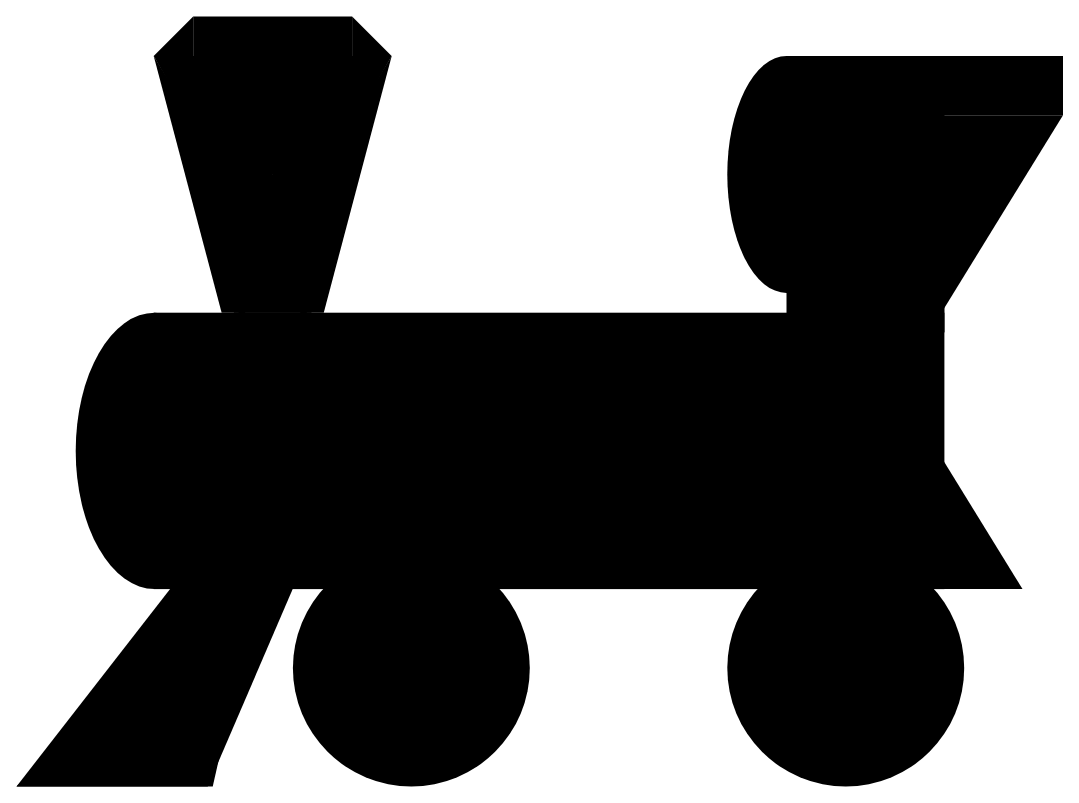
This is page "Train" (2 of 2) of dev/graphics/board.drawio from dsmith1581/SDEV265-Team-Project, a draw.io file, before an edit. Source tidied: cells renumbered, new cells numbered last; positions are measured from the earlier drawing's top-left corner, leaving out a move shared by most shapes. Both pictures are drawn from the tidied source at 100%, with x=0, y=0 at pixel (16, 16).
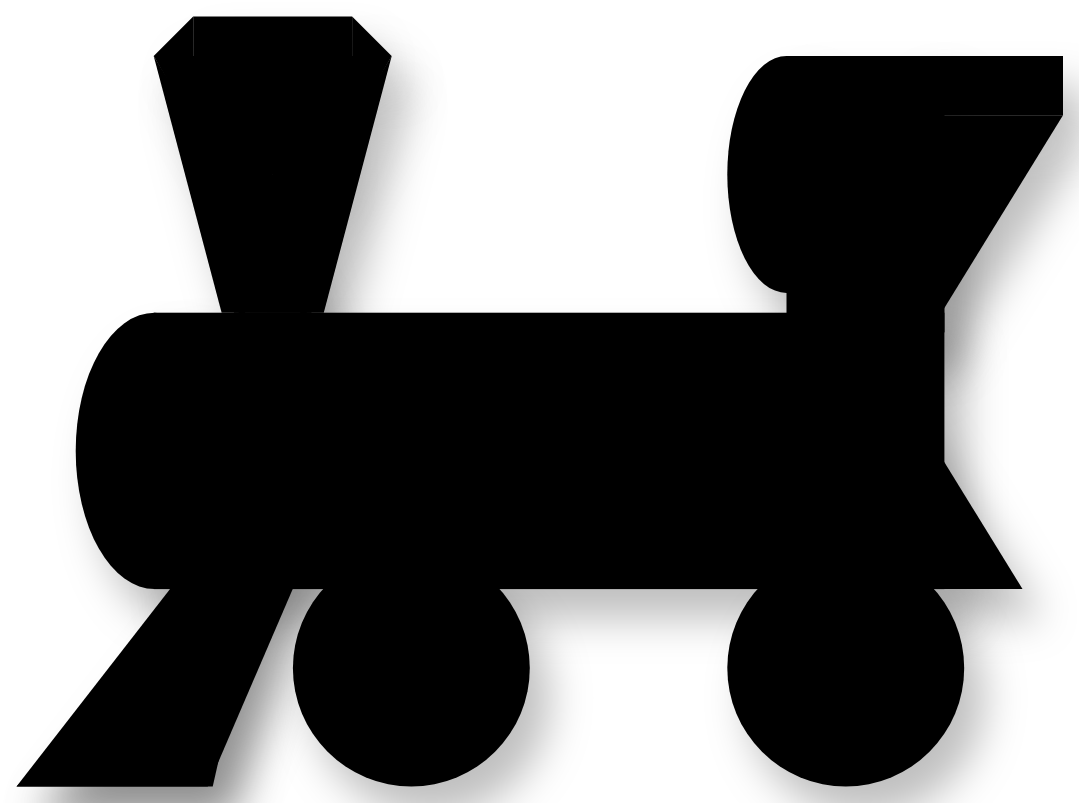
After the change.

Change to the diagram source:
```diff
@@
-    <mxCell id="2" style="ellipse;whiteSpace=wrap;html=1;strokeColor=none;fillColor=#000000;perimeterSpacing=1;textShadow=0;" parent="1" vertex="1">
+    <mxCell id="2" style="ellipse;whiteSpace=wrap;html=1;strokeColor=none;fillColor=#000000;perimeterSpacing=1;textShadow=0;shadow=1;shadowBlur=20;shadowOpacity=25;shadowOffsetX=20;shadowOffsetY=30;" parent="1" vertex="1">
       <mxGeometry x="276.4" y="533.1" width="236.9" height="236.9" as="geometry" />
     </mxCell>
-    <mxCell id="3" style="ellipse;whiteSpace=wrap;html=1;strokeColor=none;fillColor=#000000;perimeterSpacing=1;textShadow=0;" parent="1" vertex="1">
+    <mxCell id="3" style="ellipse;whiteSpace=wrap;html=1;strokeColor=none;fillColor=#000000;perimeterSpacing=1;textShadow=0;shadow=1;shadowBlur=20;shadowOpacity=25;shadowOffsetX=20;shadowOffsetY=30;" parent="1" vertex="1">
       <mxGeometry x="710.8" y="533.1" width="236.9" height="236.9" as="geometry" />
     </mxCell>
-    <mxCell id="4" style="rounded=0;whiteSpace=wrap;html=1;fillColor=#000000;strokeColor=none;perimeterSpacing=1;textShadow=0;" parent="1" vertex="1">
+    <mxCell id="4" style="rounded=0;whiteSpace=wrap;html=1;fillColor=#000000;strokeColor=none;perimeterSpacing=1;textShadow=0;shadow=1;shadowBlur=20;shadowOpacity=25;shadowOffsetX=20;shadowOffsetY=30;" parent="1" vertex="1">
       <mxGeometry x="137.2" y="296.2" width="790.7" height="276.4" as="geometry" />
     </mxCell>
-    <mxCell id="5" style="verticalLabelPosition=bottom;verticalAlign=top;html=1;shape=mxgraph.basic.obtuse_triangle;dx=0.29;fillColor=#000000;strokeColor=none;flipH=1;perimeterSpacing=1;textShadow=0;" parent="1" vertex="1">
+    <mxCell id="5" style="verticalLabelPosition=bottom;verticalAlign=top;html=1;shape=mxgraph.basic.obtuse_triangle;dx=0.29;fillColor=#000000;strokeColor=none;flipH=1;perimeterSpacing=1;textShadow=0;shadow=1;shadowBlur=20;shadowOpacity=25;shadowOffsetX=20;shadowOffsetY=30;" parent="1" vertex="1">
       <mxGeometry y="414.6" width="276.4" height="355.4" as="geometry" />
     </mxCell>
-    <mxCell id="6" style="verticalLabelPosition=bottom;verticalAlign=top;html=1;shape=mxgraph.basic.obtuse_triangle;dx=0.43;fillColor=#000000;strokeColor=none;flipH=1;perimeterSpacing=1;textShadow=0;" parent="1" vertex="1">
+    <mxCell id="6" style="verticalLabelPosition=bottom;verticalAlign=top;html=1;shape=mxgraph.basic.obtuse_triangle;dx=0.43;fillColor=#000000;strokeColor=none;flipH=1;perimeterSpacing=1;textShadow=0;shadow=1;shadowBlur=20;shadowOpacity=25;shadowOffsetX=20;shadowOffsetY=30;" parent="1" vertex="1">
       <mxGeometry y="434.4" width="335.6" height="335.6" as="geometry" />
     </mxCell>
-    <mxCell id="7" style="ellipse;whiteSpace=wrap;html=1;strokeColor=none;fillColor=#000000;perimeterSpacing=1;textShadow=0;" parent="1" vertex="1">
+    <mxCell id="7" style="ellipse;whiteSpace=wrap;html=1;strokeColor=none;fillColor=#000000;perimeterSpacing=1;textShadow=0;shadow=1;shadowBlur=20;shadowOpacity=25;shadowOffsetX=20;shadowOffsetY=30;" parent="1" vertex="1">
       <mxGeometry x="59.2" y="296.2" width="158" height="276.4" as="geometry" />
     </mxCell>
-    <mxCell id="8" style="verticalLabelPosition=bottom;verticalAlign=top;html=1;shape=mxgraph.basic.obtuse_triangle;dx=0.43;fillColor=#000000;strokeColor=none;flipH=1;perimeterSpacing=1;textShadow=0;" parent="1" vertex="1">
+    <mxCell id="8" style="verticalLabelPosition=bottom;verticalAlign=top;html=1;shape=mxgraph.basic.obtuse_triangle;dx=0.43;fillColor=#000000;strokeColor=none;flipH=1;perimeterSpacing=1;textShadow=0;shadow=1;shadowBlur=20;shadowOpacity=25;shadowOffsetX=20;shadowOffsetY=30;" parent="1" vertex="1">
       <mxGeometry x="217.2" y="39.5" width="158" height="256.7" as="geometry" />
     </mxCell>
-    <mxCell id="9" style="verticalLabelPosition=bottom;verticalAlign=top;html=1;shape=mxgraph.basic.obtuse_triangle;dx=0.43;fillColor=#000000;strokeColor=none;flipH=0;perimeterSpacing=1;textShadow=0;" parent="1" vertex="1">
+    <mxCell id="9" style="verticalLabelPosition=bottom;verticalAlign=top;html=1;shape=mxgraph.basic.obtuse_triangle;dx=0.43;fillColor=#000000;strokeColor=none;flipH=0;perimeterSpacing=1;textShadow=0;shadow=1;shadowBlur=20;shadowOpacity=25;shadowOffsetX=20;shadowOffsetY=30;" parent="1" vertex="1">
       <mxGeometry x="137.2" y="39.5" width="158" height="256.7" as="geometry" />
     </mxCell>
-    <mxCell id="10" style="verticalLabelPosition=bottom;verticalAlign=top;html=1;shape=mxgraph.basic.obtuse_triangle;dx=0;fillColor=#000000;strokeColor=none;flipH=0;perimeterSpacing=1;textShadow=0;" parent="1" vertex="1">
+    <mxCell id="10" style="verticalLabelPosition=bottom;verticalAlign=top;html=1;shape=mxgraph.basic.obtuse_triangle;dx=0;fillColor=#000000;strokeColor=none;flipH=0;perimeterSpacing=1;textShadow=0;shadow=1;shadowBlur=20;shadowOpacity=25;shadowOffsetX=20;shadowOffsetY=30;" parent="1" vertex="1">
       <mxGeometry x="335.6" width="39.5" height="39.5" as="geometry" />
     </mxCell>
-    <mxCell id="11" style="verticalLabelPosition=bottom;verticalAlign=top;html=1;shape=mxgraph.basic.obtuse_triangle;dx=0;fillColor=#000000;strokeColor=none;flipH=1;perimeterSpacing=1;textShadow=0;" parent="1" vertex="1">
+    <mxCell id="11" style="verticalLabelPosition=bottom;verticalAlign=top;html=1;shape=mxgraph.basic.obtuse_triangle;dx=0;fillColor=#000000;strokeColor=none;flipH=1;perimeterSpacing=1;textShadow=0;shadow=1;shadowBlur=20;shadowOpacity=25;shadowOffsetX=20;shadowOffsetY=30;" parent="1" vertex="1">
       <mxGeometry x="137.2" width="39.5" height="39.5" as="geometry" />
     </mxCell>
-    <mxCell id="12" style="rounded=0;whiteSpace=wrap;html=1;fillColor=#000000;strokeColor=none;perimeterSpacing=1;textShadow=0;" parent="1" vertex="1">
+    <mxCell id="12" style="rounded=0;whiteSpace=wrap;html=1;fillColor=#000000;strokeColor=none;perimeterSpacing=1;textShadow=0;shadow=1;shadowBlur=20;shadowOpacity=25;shadowOffsetX=20;shadowOffsetY=30;" parent="1" vertex="1">
       <mxGeometry x="176.7" width="158.9" height="39.5" as="geometry" />
     </mxCell>
-    <mxCell id="13" style="verticalLabelPosition=bottom;verticalAlign=top;html=1;shape=mxgraph.basic.obtuse_triangle;dx=0.43;fillColor=#000000;strokeColor=none;flipH=1;rotation=-180;perimeterSpacing=1;textShadow=0;" parent="1" vertex="1">
+    <mxCell id="13" style="verticalLabelPosition=bottom;verticalAlign=top;html=1;shape=mxgraph.basic.obtuse_triangle;dx=0.43;fillColor=#000000;strokeColor=none;flipH=1;rotation=-180;perimeterSpacing=1;textShadow=0;shadow=1;shadowBlur=20;shadowOpacity=25;shadowOffsetX=20;shadowOffsetY=30;" parent="1" vertex="1">
       <mxGeometry x="217.2" y="39.5" width="158" height="276.4" as="geometry" />
     </mxCell>
-    <mxCell id="14" style="verticalLabelPosition=bottom;verticalAlign=top;html=1;shape=mxgraph.basic.obtuse_triangle;dx=0.43;fillColor=#000000;strokeColor=none;flipH=0;rotation=-180;perimeterSpacing=1;textShadow=0;" parent="1" vertex="1">
+    <mxCell id="14" style="verticalLabelPosition=bottom;verticalAlign=top;html=1;shape=mxgraph.basic.obtuse_triangle;dx=0.43;fillColor=#000000;strokeColor=none;flipH=0;rotation=-180;perimeterSpacing=1;textShadow=0;shadow=1;shadowBlur=20;shadowOpacity=25;shadowOffsetX=20;shadowOffsetY=30;" parent="1" vertex="1">
       <mxGeometry x="137.2" y="39.5" width="158" height="276.4" as="geometry" />
     </mxCell>
-    <mxCell id="15" style="rounded=0;whiteSpace=wrap;html=1;fillColor=#000000;strokeColor=none;perimeterSpacing=1;textShadow=0;" parent="1" vertex="1">
+    <mxCell id="15" style="rounded=0;whiteSpace=wrap;html=1;fillColor=#000000;strokeColor=none;perimeterSpacing=1;textShadow=0;shadow=1;shadowBlur=20;shadowOpacity=25;shadowOffsetX=20;shadowOffsetY=30;" parent="1" vertex="1">
       <mxGeometry x="216.7" y="19.7" width="79.5" height="138.2" as="geometry" />
     </mxCell>
-    <mxCell id="16" style="ellipse;whiteSpace=wrap;html=1;strokeColor=none;fillColor=#000000;perimeterSpacing=1;textShadow=0;" parent="1" vertex="1">
+    <mxCell id="16" style="ellipse;whiteSpace=wrap;html=1;strokeColor=none;fillColor=#000000;perimeterSpacing=1;textShadow=0;shadow=1;shadowBlur=20;shadowOpacity=25;shadowOffsetX=20;shadowOffsetY=30;" parent="1" vertex="1">
       <mxGeometry x="710.8" y="39.5" width="118.5" height="236.9" as="geometry" />
     </mxCell>
-    <mxCell id="17" style="rounded=0;whiteSpace=wrap;html=1;fillColor=#000000;strokeColor=none;perimeterSpacing=1;textShadow=0;" parent="1" vertex="1">
+    <mxCell id="17" style="rounded=0;whiteSpace=wrap;html=1;fillColor=#000000;strokeColor=none;perimeterSpacing=1;textShadow=0;shadow=1;shadowBlur=20;shadowOpacity=25;shadowOffsetX=20;shadowOffsetY=30;" parent="1" vertex="1">
       <mxGeometry x="770" y="39.5" width="158" height="276.4" as="geometry" />
     </mxCell>
-    <mxCell id="18" style="rounded=0;whiteSpace=wrap;html=1;fillColor=#000000;strokeColor=none;perimeterSpacing=1;textShadow=0;" parent="1" vertex="1">
+    <mxCell id="18" style="rounded=0;whiteSpace=wrap;html=1;fillColor=#000000;strokeColor=none;perimeterSpacing=1;textShadow=0;shadow=1;shadowBlur=20;shadowOpacity=25;shadowOffsetX=20;shadowOffsetY=30;" parent="1" vertex="1">
       <mxGeometry x="888.5" y="39.5" width="158" height="59.2" as="geometry" />
     </mxCell>
-    <mxCell id="19" style="verticalLabelPosition=bottom;verticalAlign=top;html=1;shape=mxgraph.basic.obtuse_triangle;dx=0.01;fillColor=#000000;strokeColor=none;flipH=1;rotation=-180;perimeterSpacing=1;textShadow=0;" parent="1" vertex="1">
+    <mxCell id="19" style="verticalLabelPosition=bottom;verticalAlign=top;html=1;shape=mxgraph.basic.obtuse_triangle;dx=0.01;fillColor=#000000;strokeColor=none;flipH=1;rotation=-180;perimeterSpacing=1;textShadow=0;shadow=1;shadowBlur=20;shadowOpacity=25;shadowOffsetX=20;shadowOffsetY=30;" parent="1" vertex="1">
       <mxGeometry x="888.5" y="98.7" width="158" height="256.7" as="geometry" />
     </mxCell>
-    <mxCell id="20" style="verticalLabelPosition=bottom;verticalAlign=top;html=1;shape=mxgraph.basic.obtuse_triangle;dx=0.43;fillColor=#000000;strokeColor=none;flipH=0;perimeterSpacing=1;textShadow=0;" parent="1" vertex="1">
+    <mxCell id="20" style="verticalLabelPosition=bottom;verticalAlign=top;html=1;shape=mxgraph.basic.obtuse_triangle;dx=0.43;fillColor=#000000;strokeColor=none;flipH=0;perimeterSpacing=1;textShadow=0;shadow=1;shadowBlur=20;shadowOpacity=25;shadowOffsetX=20;shadowOffsetY=30;" parent="1" vertex="1">
       <mxGeometry x="848" y="315.9" width="158" height="256.7" as="geometry" />
     </mxCell>
```
